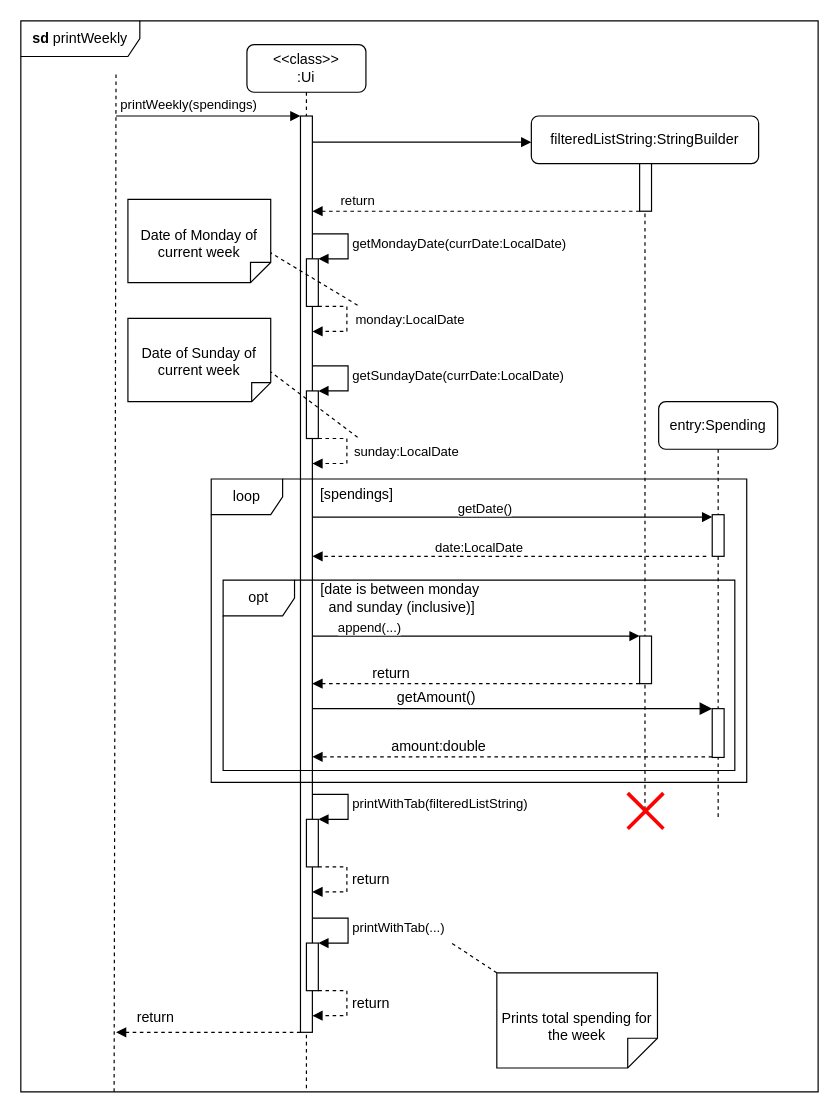
Before: docs/Diagrams/Commands/printWeekly.drawio in wongwh2002/CS2113TeamProject, a draw.io diagram. Source tidied: cells renumbered, new cells numbered last; positions are measured from the earlier drawing's top-left corner, leaving out a move shared by most shapes. Both pictures are drawn from the tidied source at 119%, with x=0, y=0 at pixel (20, 20).
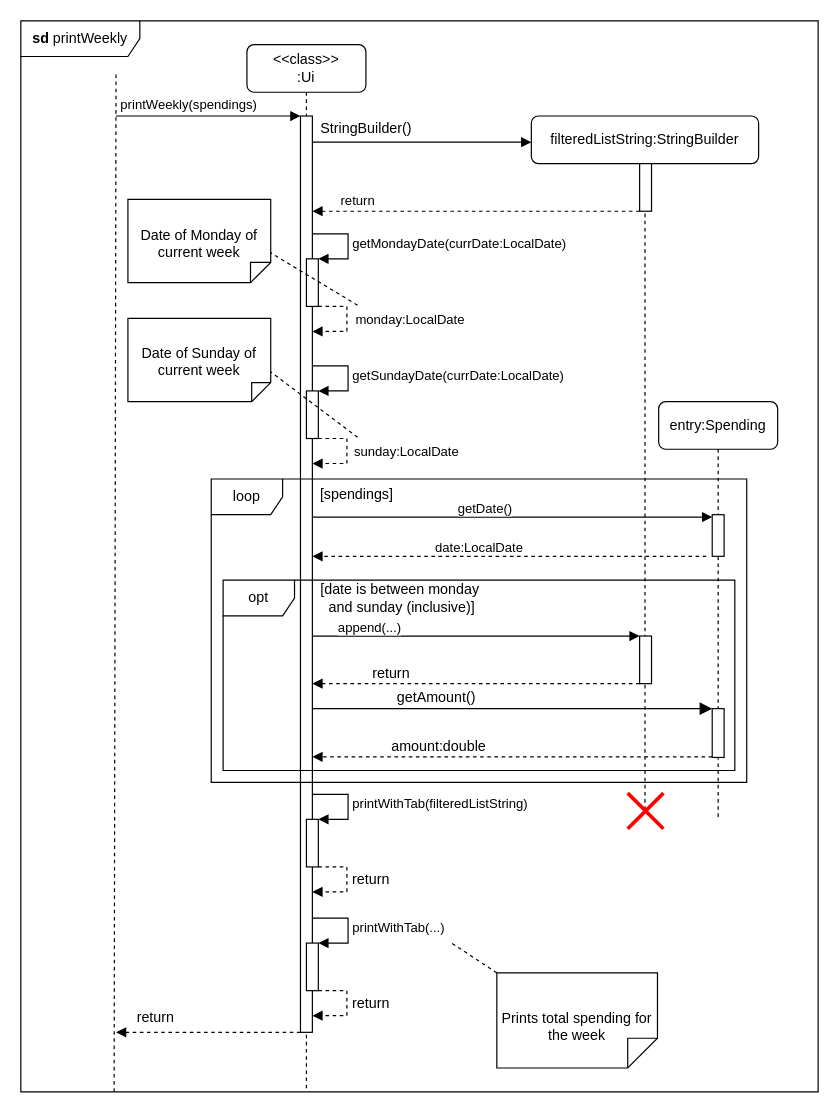
After the change.

Unchanged cells that the change refers to:
```xml
<mxCell id="17" style="html=1;verticalAlign=bottom;labelBackgroundColor=none;endArrow=block;endFill=1;rounded=0;" parent="1" edge="1">
  <mxGeometry relative="1" as="geometry">
    <mxPoint x="245" y="102" as="sourcePoint" />
    <mxPoint x="429" y="102" as="targetPoint" />
  </mxGeometry>
</mxCell>
```

What changed in the source:
```diff
@@
+    <mxCell id="57" value="StringBuilder()" style="edgeLabel;html=1;align=center;verticalAlign=middle;fontSize=12;rotation=0;" parent="17" vertex="1">
+      <mxGeometry x="0.2" y="4" relative="1" as="geometry">
+        <mxPoint x="-66" y="-8" as="offset" />
+      </mxGeometry>
+    </mxCell>
```
